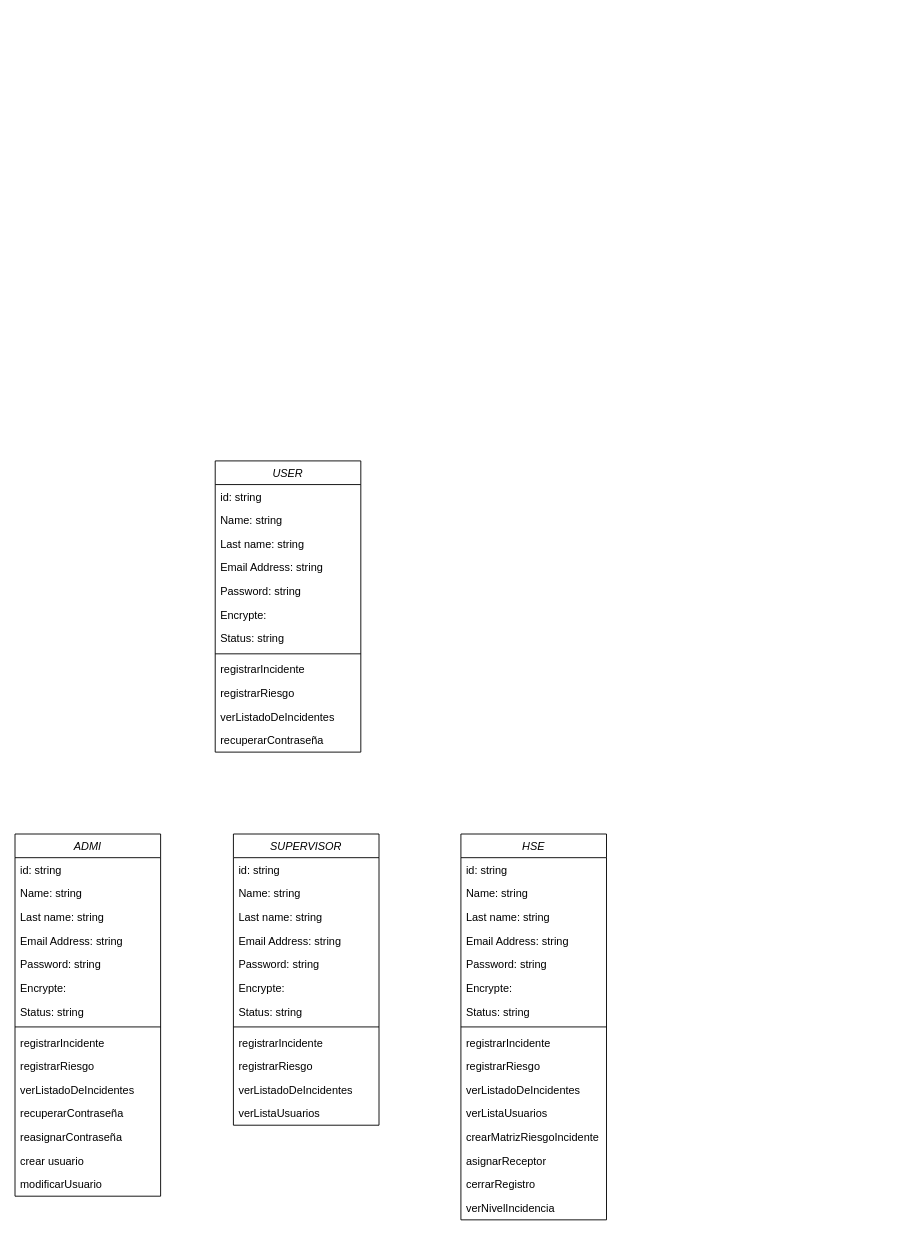
This is page "Aura Rodriguez" (5 of 5) of Untitled Diagram.drawio from dpeter1290/riesgoseincidentesSST, a draw.io file, before an edit. Source tidied: cells renumbered, new cells numbered last; positions are measured from the earlier drawing's top-left corner, leaving out a move shared by most shapes. Both pictures are drawn from the tidied source at 91%, with x=0, y=0 at pixel (15, 460).
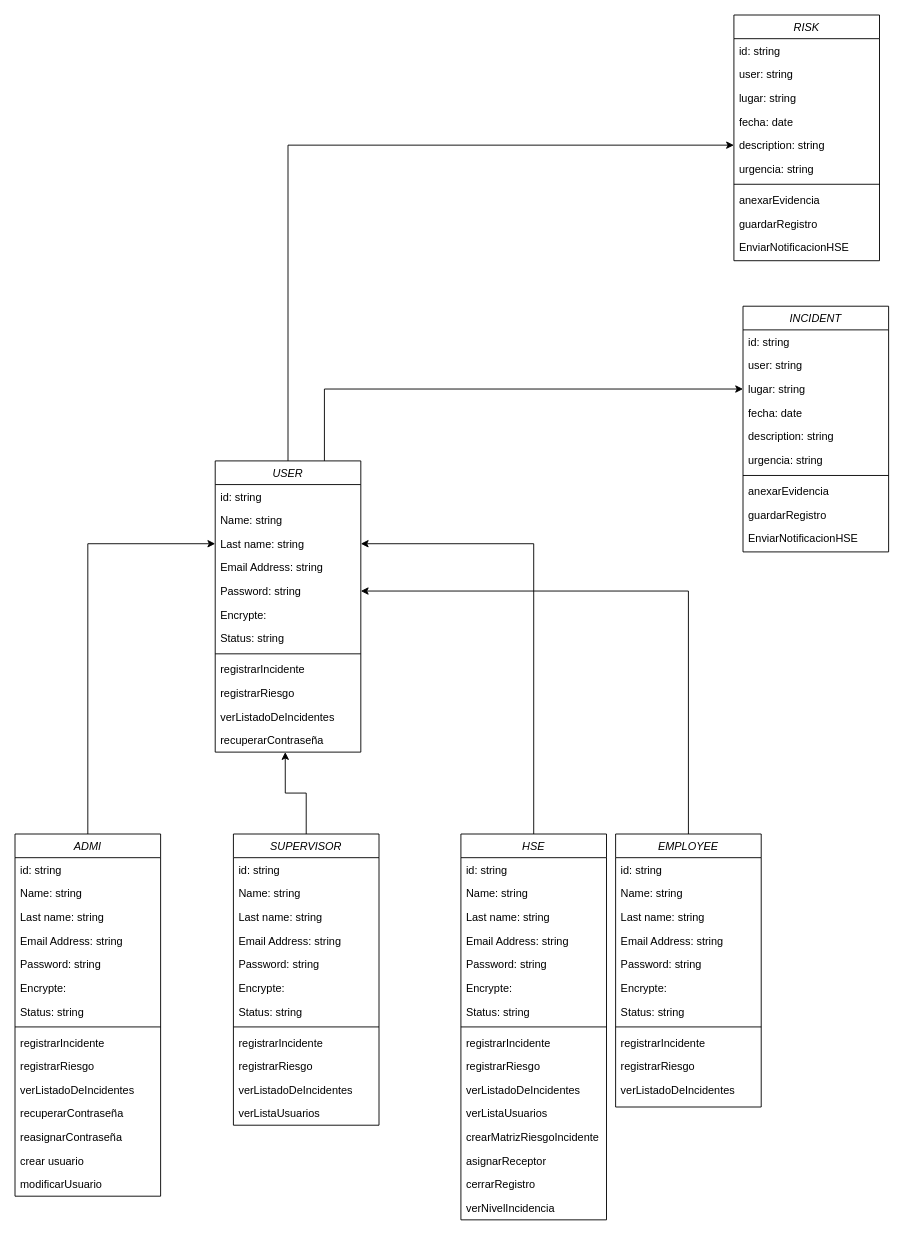
The same page after the edit.

The change refers to these unchanged cells:
```xml
<mxCell id="2" value="ADMI" style="swimlane;fontStyle=2;align=center;verticalAlign=top;horizontal=1;startSize=26;rounded=0;shadow=0;strokeWidth=1;" parent="1" vertex="1">
  <mxGeometry y="410" width="160" height="398" as="geometry" />
</mxCell>
<mxCell id="18" value="USER" style="swimlane;fontStyle=2;align=center;verticalAlign=top;horizontal=1;startSize=26;rounded=0;shadow=0;strokeWidth=1;" parent="1" vertex="1">
  <mxGeometry x="220" width="160" height="320" as="geometry" />
</mxCell>
<mxCell id="21" value="Last name: string" style="text;align=left;verticalAlign=top;spacingLeft=4;spacingRight=4;overflow=hidden;points=[[0,0.5],[1,0.5]];portConstraint=eastwest;rounded=0;shadow=0;html=0;" parent="18" vertex="1">
  <mxGeometry y="78" width="160" height="26" as="geometry" />
</mxCell>
<mxCell id="23" value="Password: string" style="text;strokeColor=none;fillColor=none;align=left;verticalAlign=top;spacingLeft=4;spacingRight=4;overflow=hidden;points=[[0,0.5],[1,0.5]];portConstraint=eastwest;" parent="18" vertex="1">
  <mxGeometry y="130" width="160" height="26" as="geometry" />
</mxCell>
<mxCell id="30" value="recuperarContraseña" style="text;strokeColor=none;fillColor=none;align=left;verticalAlign=top;spacingLeft=4;spacingRight=4;overflow=hidden;points=[[0,0.5],[1,0.5]];portConstraint=eastwest;" parent="18" vertex="1">
  <mxGeometry y="294" width="160" height="26" as="geometry" />
</mxCell>
<mxCell id="31" value="SUPERVISOR" style="swimlane;fontStyle=2;align=center;verticalAlign=top;horizontal=1;startSize=26;rounded=0;shadow=0;strokeWidth=1;" parent="1" vertex="1">
  <mxGeometry x="240" y="410" width="160" height="320" as="geometry" />
</mxCell>
<mxCell id="44" value="HSE" style="swimlane;fontStyle=2;align=center;verticalAlign=top;horizontal=1;startSize=26;rounded=0;shadow=0;strokeWidth=1;" parent="1" vertex="1">
  <mxGeometry x="490" y="410" width="160" height="424" as="geometry" />
</mxCell>
```

What changed in the source:
```diff
@@
+    <mxCell id="61" style="edgeStyle=orthogonalEdgeStyle;rounded=0;jettySize=auto;html=1;exitX=0.5;exitY=0;exitDx=0;exitDy=0;entryX=0;entryY=0.5;entryDx=0;entryDy=0;" parent="1" edge="1" source="2" target="21">
+      <mxGeometry relative="1" as="geometry" />
+    </mxCell>
@@
+    <mxCell id="62" style="edgeStyle=orthogonalEdgeStyle;rounded=0;jettySize=auto;html=1;entryX=0;entryY=0.5;entryDx=0;entryDy=0;" parent="1" edge="1" source="18" target="95">
+      <mxGeometry relative="1" as="geometry" />
+    </mxCell>
+    <mxCell id="63" style="edgeStyle=orthogonalEdgeStyle;rounded=0;jettySize=auto;html=1;exitX=0.75;exitY=0;exitDx=0;exitDy=0;" parent="1" edge="1" source="18" target="82">
+      <mxGeometry relative="1" as="geometry" />
+    </mxCell>
@@
+    <mxCell id="64" style="edgeStyle=orthogonalEdgeStyle;rounded=0;jettySize=auto;html=1;exitX=0.5;exitY=0;exitDx=0;exitDy=0;entryX=0.481;entryY=1;entryDx=0;entryDy=0;entryPerimeter=0;" parent="1" edge="1" source="31" target="30">
+      <mxGeometry relative="1" as="geometry" />
+    </mxCell>
@@
+    <mxCell id="65" style="edgeStyle=orthogonalEdgeStyle;rounded=0;jettySize=auto;html=1;exitX=0.5;exitY=0;exitDx=0;exitDy=0;entryX=1;entryY=0.5;entryDx=0;entryDy=0;" parent="1" edge="1" source="44" target="21">
+      <mxGeometry relative="1" as="geometry" />
+    </mxCell>
@@
+    <mxCell id="66" style="edgeStyle=orthogonalEdgeStyle;rounded=0;jettySize=auto;html=1;entryX=1;entryY=0.5;entryDx=0;entryDy=0;" parent="1" edge="1" source="67" target="23">
+      <mxGeometry relative="1" as="geometry" />
+    </mxCell>
+    <mxCell id="67" value="EMPLOYEE" style="swimlane;fontStyle=2;align=center;verticalAlign=top;horizontal=1;startSize=26;rounded=0;shadow=0;strokeWidth=1;" parent="1" vertex="1">
+      <mxGeometry x="660" y="410" width="160" height="300" as="geometry" />
+    </mxCell>
+    <mxCell id="68" value="id: string" style="text;strokeColor=none;fillColor=none;align=left;verticalAlign=top;spacingLeft=4;spacingRight=4;overflow=hidden;" parent="67" vertex="1">
+      <mxGeometry y="26" width="160" height="26" as="geometry" />
+    </mxCell>
+    <mxCell id="69" value="Name: string" style="text;align=left;verticalAlign=top;spacingLeft=4;spacingRight=4;overflow=hidden;" parent="67" vertex="1">
+      <mxGeometry y="52" width="160" height="26" as="geometry" />
+    </mxCell>
+    <mxCell id="70" value="Last name: string" style="text;align=left;verticalAlign=top;spacingLeft=4;spacingRight=4;overflow=hidden;rounded=0;shadow=0;html=0;" parent="67" vertex="1">
+      <mxGeometry y="78" width="160" height="26" as="geometry" />
+    </mxCell>
+    <mxCell id="71" value="Email Address: string" style="text;align=left;verticalAlign=top;spacingLeft=4;spacingRight=4;overflow=hidden;rounded=0;shadow=0;html=0;" parent="67" vertex="1">
+      <mxGeometry y="104" width="160" height="26" as="geometry" />
+    </mxCell>
+    <mxCell id="72" value="Password: string" style="text;strokeColor=none;fillColor=none;align=left;verticalAlign=top;spacingLeft=4;spacingRight=4;overflow=hidden;" parent="67" vertex="1">
+      <mxGeometry y="130" width="160" height="26" as="geometry" />
+    </mxCell>
+    <mxCell id="73" value="Encrypte: " style="text;strokeColor=none;fillColor=none;align=left;verticalAlign=top;spacingLeft=4;spacingRight=4;overflow=hidden;" parent="67" vertex="1">
+      <mxGeometry y="156" width="160" height="26" as="geometry" />
+    </mxCell>
+    <mxCell id="74" value="Status: string" style="text;strokeColor=none;fillColor=none;align=left;verticalAlign=top;spacingLeft=4;spacingRight=4;overflow=hidden;" parent="67" vertex="1">
+      <mxGeometry y="182" width="160" height="26" as="geometry" />
+    </mxCell>
+    <mxCell id="75" style="line;html=1;strokeWidth=1;align=left;verticalAlign=middle;spacingTop=-1;spacingLeft=3;spacingRight=3;labelPosition=right;" parent="67" vertex="1">
+      <mxGeometry y="208" width="160" height="8" as="geometry" />
+    </mxCell>
+    <mxCell id="76" value="registrarIncidente" style="text;align=left;verticalAlign=top;spacingLeft=4;spacingRight=4;overflow=hidden;" parent="67" vertex="1">
+      <mxGeometry y="216" width="160" height="26" as="geometry" />
+    </mxCell>
+    <mxCell id="77" value="registrarRiesgo" style="text;strokeColor=none;fillColor=none;align=left;verticalAlign=top;spacingLeft=4;spacingRight=4;overflow=hidden;" parent="67" vertex="1">
+      <mxGeometry y="242" width="160" height="26" as="geometry" />
+    </mxCell>
+    <mxCell id="78" value="verListadoDeIncidentes" style="text;strokeColor=none;fillColor=none;align=left;verticalAlign=top;spacingLeft=4;spacingRight=4;overflow=hidden;" parent="67" vertex="1">
+      <mxGeometry y="268" width="160" height="26" as="geometry" />
+    </mxCell>
+    <mxCell id="79" value="INCIDENT" style="swimlane;fontStyle=2;align=center;verticalAlign=top;horizontal=1;startSize=26;rounded=0;shadow=0;strokeWidth=1;" parent="1" vertex="1">
+      <mxGeometry x="800" y="-170" width="160" height="270" as="geometry" />
+    </mxCell>
+    <mxCell id="80" value="id: string" style="text;strokeColor=none;fillColor=none;align=left;verticalAlign=top;spacingLeft=4;spacingRight=4;overflow=hidden;" parent="79" vertex="1">
+      <mxGeometry y="26" width="160" height="26" as="geometry" />
+    </mxCell>
+    <mxCell id="81" value="user: string" style="text;align=left;verticalAlign=top;spacingLeft=4;spacingRight=4;overflow=hidden;" parent="79" vertex="1">
+      <mxGeometry y="52" width="160" height="26" as="geometry" />
+    </mxCell>
+    <mxCell id="82" value="lugar: string" style="text;align=left;verticalAlign=top;spacingLeft=4;spacingRight=4;overflow=hidden;points=[[0,0.5],[1,0.5]];portConstraint=eastwest;rounded=0;shadow=0;html=0;" parent="79" vertex="1">
+      <mxGeometry y="78" width="160" height="26" as="geometry" />
+    </mxCell>
+    <mxCell id="83" value="fecha: date" style="text;align=left;verticalAlign=top;spacingLeft=4;spacingRight=4;overflow=hidden;rounded=0;shadow=0;html=0;" parent="79" vertex="1">
+      <mxGeometry y="104" width="160" height="26" as="geometry" />
+    </mxCell>
+    <mxCell id="84" value="description: string" style="text;strokeColor=none;fillColor=none;align=left;verticalAlign=top;spacingLeft=4;spacingRight=4;overflow=hidden;" parent="79" vertex="1">
+      <mxGeometry y="130" width="160" height="26" as="geometry" />
+    </mxCell>
+    <mxCell id="85" value="urgencia: string" style="text;strokeColor=none;fillColor=none;align=left;verticalAlign=top;spacingLeft=4;spacingRight=4;overflow=hidden;" parent="79" vertex="1">
+      <mxGeometry y="156" width="160" height="26" as="geometry" />
+    </mxCell>
+    <mxCell id="86" style="line;html=1;strokeWidth=1;align=left;verticalAlign=middle;spacingTop=-1;spacingLeft=3;spacingRight=3;labelPosition=right;" parent="79" vertex="1">
+      <mxGeometry y="182" width="160" height="8" as="geometry" />
+    </mxCell>
+    <mxCell id="87" value="anexarEvidencia" style="text;align=left;verticalAlign=top;spacingLeft=4;spacingRight=4;overflow=hidden;" parent="79" vertex="1">
+      <mxGeometry y="190" width="160" height="26" as="geometry" />
+    </mxCell>
+    <mxCell id="88" value="guardarRegistro" style="text;strokeColor=none;fillColor=none;align=left;verticalAlign=top;spacingLeft=4;spacingRight=4;overflow=hidden;" parent="79" vertex="1">
+      <mxGeometry y="216" width="160" height="26" as="geometry" />
+    </mxCell>
+    <mxCell id="89" value="EnviarNotificacionHSE" style="text;strokeColor=none;fillColor=none;align=left;verticalAlign=top;spacingLeft=4;spacingRight=4;overflow=hidden;" parent="79" vertex="1">
+      <mxGeometry y="242" width="160" height="26" as="geometry" />
+    </mxCell>
+    <mxCell id="90" value="RISK" style="swimlane;fontStyle=2;align=center;verticalAlign=top;horizontal=1;startSize=26;rounded=0;shadow=0;strokeWidth=1;" parent="1" vertex="1">
+      <mxGeometry x="790" y="-490" width="160" height="270" as="geometry" />
+    </mxCell>
+    <mxCell id="91" value="id: string" style="text;strokeColor=none;fillColor=none;align=left;verticalAlign=top;spacingLeft=4;spacingRight=4;overflow=hidden;" parent="90" vertex="1">
+      <mxGeometry y="26" width="160" height="26" as="geometry" />
+    </mxCell>
+    <mxCell id="92" value="user: string" style="text;align=left;verticalAlign=top;spacingLeft=4;spacingRight=4;overflow=hidden;" parent="90" vertex="1">
+      <mxGeometry y="52" width="160" height="26" as="geometry" />
+    </mxCell>
+    <mxCell id="93" value="lugar: string" style="text;align=left;verticalAlign=top;spacingLeft=4;spacingRight=4;overflow=hidden;rounded=0;shadow=0;html=0;" parent="90" vertex="1">
+      <mxGeometry y="78" width="160" height="26" as="geometry" />
+    </mxCell>
+    <mxCell id="94" value="fecha: date" style="text;align=left;verticalAlign=top;spacingLeft=4;spacingRight=4;overflow=hidden;rounded=0;shadow=0;html=0;" parent="90" vertex="1">
+      <mxGeometry y="104" width="160" height="26" as="geometry" />
+    </mxCell>
+    <mxCell id="95" value="description: string" style="text;strokeColor=none;fillColor=none;align=left;verticalAlign=top;spacingLeft=4;spacingRight=4;overflow=hidden;points=[[0,0.5],[1,0.5]];portConstraint=eastwest;" parent="90" vertex="1">
+      <mxGeometry y="130" width="160" height="26" as="geometry" />
+    </mxCell>
+    <mxCell id="96" value="urgencia: string" style="text;strokeColor=none;fillColor=none;align=left;verticalAlign=top;spacingLeft=4;spacingRight=4;overflow=hidden;" parent="90" vertex="1">
+      <mxGeometry y="156" width="160" height="26" as="geometry" />
+    </mxCell>
+    <mxCell id="97" style="line;html=1;strokeWidth=1;align=left;verticalAlign=middle;spacingTop=-1;spacingLeft=3;spacingRight=3;labelPosition=right;" parent="90" vertex="1">
+      <mxGeometry y="182" width="160" height="8" as="geometry" />
+    </mxCell>
+    <mxCell id="98" value="anexarEvidencia" style="text;align=left;verticalAlign=top;spacingLeft=4;spacingRight=4;overflow=hidden;" parent="90" vertex="1">
+      <mxGeometry y="190" width="160" height="26" as="geometry" />
+    </mxCell>
+    <mxCell id="99" value="guardarRegistro" style="text;strokeColor=none;fillColor=none;align=left;verticalAlign=top;spacingLeft=4;spacingRight=4;overflow=hidden;" parent="90" vertex="1">
+      <mxGeometry y="216" width="160" height="26" as="geometry" />
+    </mxCell>
+    <mxCell id="100" value="EnviarNotificacionHSE" style="text;strokeColor=none;fillColor=none;align=left;verticalAlign=top;spacingLeft=4;spacingRight=4;overflow=hidden;" parent="90" vertex="1">
+      <mxGeometry y="242" width="160" height="26" as="geometry" />
+    </mxCell>
```
